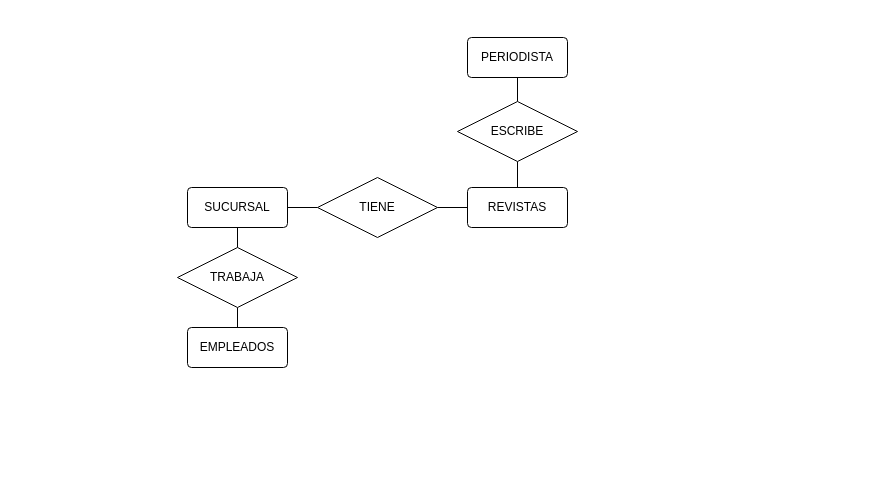
antonionavarro04/diagramas keeps this draw.io diagram as Ejercicio7_Tema1.drawio. Above is the earlier version. Source tidied: cells renumbered, new cells numbered last; positions are measured from the earlier drawing's top-left corner, leaving out a move shared by most shapes. Both pictures are drawn from the tidied source at 100%, with x=0, y=0 at pixel (177, 37).
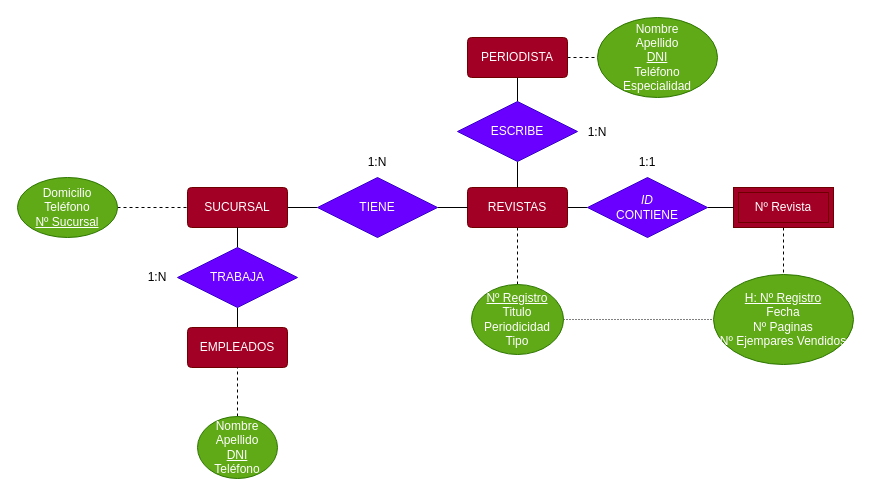
The same diagram, later.

Diff of the diagram source:
```diff
@@
-    <mxCell id="3" value="SUCURSAL" style="rounded=1;arcSize=10;whiteSpace=wrap;html=1;align=center;" parent="1" vertex="1">
+    <mxCell id="3" value="SUCURSAL" style="rounded=1;arcSize=10;whiteSpace=wrap;html=1;align=center;fillColor=#a20025;fontColor=#ffffff;strokeColor=#6F0000;" parent="1" vertex="1">
       <mxGeometry x="10" y="150" width="100" height="40" as="geometry" />
     </mxCell>
@@
-    <mxCell id="5" value="EMPLEADOS" style="rounded=1;arcSize=10;whiteSpace=wrap;html=1;align=center;" parent="1" vertex="1">
+    <mxCell id="5" value="EMPLEADOS" style="rounded=1;arcSize=10;whiteSpace=wrap;html=1;align=center;fillColor=#a20025;fontColor=#ffffff;strokeColor=#6F0000;" parent="1" vertex="1">
       <mxGeometry x="10" y="290" width="100" height="40" as="geometry" />
     </mxCell>
+    <mxCell id="15" style="edgeStyle=orthogonalEdgeStyle;rounded=0;jettySize=auto;html=1;exitX=0.5;exitY=1;exitDx=0;exitDy=0;entryX=0.5;entryY=0;entryDx=0;entryDy=0;dashed=1;endArrow=none;endFill=0;" parent="1" edge="1" source="6" target="24">
+      <mxGeometry relative="1" as="geometry" />
+    </mxCell>
+    <mxCell id="16" style="edgeStyle=orthogonalEdgeStyle;rounded=0;jettySize=auto;html=1;exitX=1;exitY=0.5;exitDx=0;exitDy=0;entryX=0;entryY=0.5;entryDx=0;entryDy=0;endArrow=none;endFill=0;" parent="1" edge="1" source="6" target="32">
+      <mxGeometry relative="1" as="geometry" />
+    </mxCell>
-    <mxCell id="6" value="REVISTAS" style="rounded=1;arcSize=10;whiteSpace=wrap;html=1;align=center;" parent="1" vertex="1">
+    <mxCell id="6" value="REVISTAS" style="rounded=1;arcSize=10;whiteSpace=wrap;html=1;align=center;fillColor=#a20025;fontColor=#ffffff;strokeColor=#6F0000;" parent="1" vertex="1">
       <mxGeometry x="290" y="150" width="100" height="40" as="geometry" />
     </mxCell>
@@
+    <mxCell id="17" style="edgeStyle=orthogonalEdgeStyle;rounded=0;jettySize=auto;html=1;exitX=1;exitY=0.5;exitDx=0;exitDy=0;entryX=0;entryY=0.5;entryDx=0;entryDy=0;dashed=1;endArrow=none;endFill=0;" parent="1" edge="1" source="8" target="22">
+      <mxGeometry relative="1" as="geometry" />
+    </mxCell>
-    <mxCell id="8" value="PERIODISTA" style="rounded=1;arcSize=10;whiteSpace=wrap;html=1;align=center;" parent="1" vertex="1">
+    <mxCell id="8" value="PERIODISTA" style="rounded=1;arcSize=10;whiteSpace=wrap;html=1;align=center;fillColor=#a20025;fontColor=#ffffff;strokeColor=#6F0000;" parent="1" vertex="1">
       <mxGeometry x="290" width="100" height="40" as="geometry" />
     </mxCell>
@@
-    <mxCell id="10" value="ESCRIBE" style="shape=rhombus;perimeter=rhombusPerimeter;whiteSpace=wrap;html=1;align=center;" parent="1" vertex="1">
+    <mxCell id="10" value="ESCRIBE" style="shape=rhombus;perimeter=rhombusPerimeter;whiteSpace=wrap;html=1;align=center;fillColor=#6a00ff;fontColor=#ffffff;strokeColor=#3700CC;" parent="1" vertex="1">
       <mxGeometry x="280" y="64" width="120" height="60" as="geometry" />
     </mxCell>
@@
-    <mxCell id="12" value="TIENE" style="shape=rhombus;perimeter=rhombusPerimeter;whiteSpace=wrap;html=1;align=center;" parent="1" vertex="1">
+    <mxCell id="12" value="TIENE" style="shape=rhombus;perimeter=rhombusPerimeter;whiteSpace=wrap;html=1;align=center;fillColor=#6a00ff;fontColor=#ffffff;strokeColor=#3700CC;" parent="1" vertex="1">
       <mxGeometry x="140" y="140" width="120" height="60" as="geometry" />
     </mxCell>
@@
-    <mxCell id="14" value="TRABAJA" style="shape=rhombus;perimeter=rhombusPerimeter;whiteSpace=wrap;html=1;align=center;" parent="1" vertex="1">
+    <mxCell id="14" value="TRABAJA" style="shape=rhombus;perimeter=rhombusPerimeter;whiteSpace=wrap;html=1;align=center;fillColor=#6a00ff;fontColor=#ffffff;strokeColor=#3700CC;" parent="1" vertex="1">
       <mxGeometry y="210" width="120" height="60" as="geometry" />
     </mxCell>
+    <mxCell id="18" style="edgeStyle=orthogonalEdgeStyle;rounded=0;jettySize=auto;html=1;exitX=1;exitY=0.5;exitDx=0;exitDy=0;entryX=0;entryY=0.5;entryDx=0;entryDy=0;endArrow=none;endFill=0;dashed=1;" parent="1" edge="1" source="19" target="3">
+      <mxGeometry relative="1" as="geometry" />
+    </mxCell>
+    <mxCell id="19" value="Domicilio&lt;br&gt;Teléfono&lt;br&gt;&lt;u&gt;Nº Sucursal&lt;/u&gt;" style="ellipse;whiteSpace=wrap;html=1;fillColor=#60a917;fontColor=#ffffff;strokeColor=#2D7600;" parent="1" vertex="1">
+      <mxGeometry x="-160" y="140" width="100" height="60" as="geometry" />
+    </mxCell>
+    <mxCell id="20" style="edgeStyle=orthogonalEdgeStyle;rounded=0;jettySize=auto;html=1;exitX=0.5;exitY=0;exitDx=0;exitDy=0;entryX=0.5;entryY=1;entryDx=0;entryDy=0;dashed=1;endArrow=none;endFill=0;" parent="1" edge="1" source="21" target="5">
+      <mxGeometry relative="1" as="geometry" />
+    </mxCell>
+    <mxCell id="21" value="Nombre&lt;br&gt;Apellido&lt;br&gt;&lt;u&gt;DNI&lt;br&gt;&lt;/u&gt;Teléfono" style="ellipse;whiteSpace=wrap;html=1;fillColor=#60a917;fontColor=#ffffff;strokeColor=#2D7600;" parent="1" vertex="1">
+      <mxGeometry x="20" y="379" width="80" height="62" as="geometry" />
+    </mxCell>
+    <mxCell id="22" value="Nombre&lt;br&gt;Apellido&lt;br&gt;&lt;u&gt;DNI&lt;br&gt;&lt;/u&gt;Teléfono&lt;br&gt;Especialidad" style="ellipse;whiteSpace=wrap;html=1;fillColor=#60a917;fontColor=#ffffff;strokeColor=#2D7600;" parent="1" vertex="1">
+      <mxGeometry x="420" y="-20" width="120" height="80" as="geometry" />
+    </mxCell>
+    <mxCell id="23" style="edgeStyle=orthogonalEdgeStyle;rounded=0;jettySize=auto;html=1;exitX=1;exitY=0.5;exitDx=0;exitDy=0;entryX=0;entryY=0.5;entryDx=0;entryDy=0;dashed=1;endArrow=none;endFill=0;dashPattern=1 2;" parent="1" edge="1" source="24" target="30">
+      <mxGeometry relative="1" as="geometry" />
+    </mxCell>
+    <mxCell id="24" value="&lt;u&gt;Nº Registro&lt;/u&gt;&lt;br&gt;Titulo&lt;br&gt;Periodicidad&lt;br&gt;Tipo" style="ellipse;whiteSpace=wrap;html=1;fillColor=#60a917;fontColor=#ffffff;strokeColor=#2D7600;" parent="1" vertex="1">
+      <mxGeometry x="294" y="247" width="92" height="70" as="geometry" />
+    </mxCell>
+    <mxCell id="25" value="1:N" style="text;html=1;strokeColor=none;fillColor=none;align=center;verticalAlign=middle;whiteSpace=wrap;rounded=0;" parent="1" vertex="1">
+      <mxGeometry x="-50" y="225" width="60" height="30" as="geometry" />
+    </mxCell>
+    <mxCell id="26" value="1:N" style="text;html=1;strokeColor=none;fillColor=none;align=center;verticalAlign=middle;whiteSpace=wrap;rounded=0;" parent="1" vertex="1">
+      <mxGeometry x="170" y="110" width="60" height="30" as="geometry" />
+    </mxCell>
+    <mxCell id="27" value="1:N" style="text;html=1;strokeColor=none;fillColor=none;align=center;verticalAlign=middle;whiteSpace=wrap;rounded=0;" parent="1" vertex="1">
+      <mxGeometry x="390" y="80" width="60" height="30" as="geometry" />
+    </mxCell>
+    <mxCell id="28" style="edgeStyle=orthogonalEdgeStyle;rounded=0;jettySize=auto;html=1;exitX=0.5;exitY=1;exitDx=0;exitDy=0;entryX=0.5;entryY=0;entryDx=0;entryDy=0;endArrow=none;endFill=0;dashed=1;" parent="1" edge="1" source="29" target="30">
+      <mxGeometry relative="1" as="geometry" />
+    </mxCell>
+    <mxCell id="29" value="Nº Revista" style="shape=ext;margin=3;double=1;whiteSpace=wrap;html=1;align=center;fillColor=#a20025;fontColor=#ffffff;strokeColor=#6F0000;" parent="1" vertex="1">
+      <mxGeometry x="556" y="150" width="100" height="40" as="geometry" />
+    </mxCell>
+    <mxCell id="30" value="&lt;u&gt;H: Nº Registro&lt;br&gt;&lt;/u&gt;Fecha&lt;br&gt;Nº Paginas&lt;br&gt;Nº Ejempares Vendidos" style="ellipse;whiteSpace=wrap;html=1;fillColor=#60a917;fontColor=#ffffff;strokeColor=#2D7600;" parent="1" vertex="1">
+      <mxGeometry x="536" y="237" width="140" height="90" as="geometry" />
+    </mxCell>
+    <mxCell id="31" style="edgeStyle=orthogonalEdgeStyle;rounded=0;jettySize=auto;html=1;exitX=1;exitY=0.5;exitDx=0;exitDy=0;entryX=0;entryY=0.5;entryDx=0;entryDy=0;endArrow=none;endFill=0;" parent="1" edge="1" source="32" target="29">
+      <mxGeometry relative="1" as="geometry" />
+    </mxCell>
+    <mxCell id="32" value="&lt;i&gt;ID&lt;/i&gt;&lt;br&gt;CONTIENE" style="shape=rhombus;perimeter=rhombusPerimeter;whiteSpace=wrap;html=1;align=center;fillColor=#6a00ff;fontColor=#ffffff;strokeColor=#3700CC;" parent="1" vertex="1">
+      <mxGeometry x="410" y="140" width="120" height="60" as="geometry" />
+    </mxCell>
+    <mxCell id="33" value="1:1" style="text;html=1;strokeColor=none;fillColor=none;align=center;verticalAlign=middle;whiteSpace=wrap;rounded=0;" parent="1" vertex="1">
+      <mxGeometry x="440" y="110" width="60" height="30" as="geometry" />
+    </mxCell>
```
